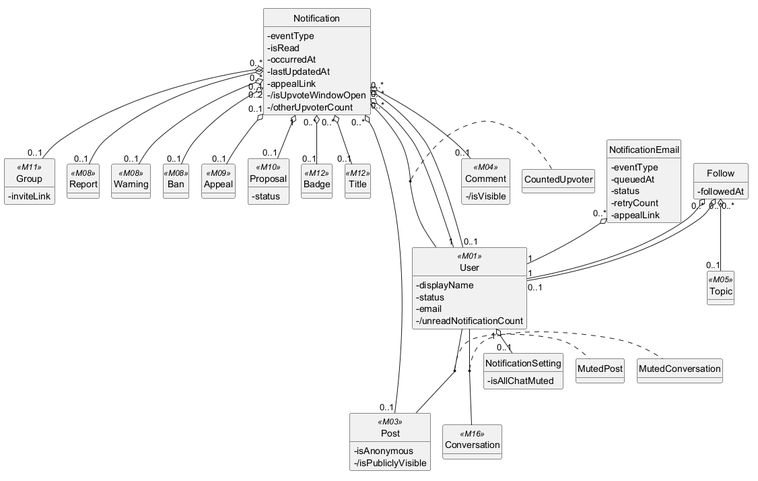
ducsiukap/iShare keeps this PlantUML diagram as .agents/.claude/system_analysis/output/data-model/ec/diagrams/EC-M07.png. Above is the earlier version. Source of this version:
```plantuml
@startuml
!pragma layout smetana
hide circle
hide methods
skinparam classAttributeIconSize 0

class Notification {
  -eventType
  -isRead
  -occurredAt
  -lastUpdatedAt
  -appealLink
  -/isUpvoteWindowOpen
  -/otherUpvoterCount
}
class Follow {
  -followedAt
}
class NotificationEmail {
  -eventType
  -queuedAt
  -status
  -retryCount
  -appealLink
}
class NotificationSetting {
  -isAllChatMuted
}
class CountedUpvoter {
}
class MutedPost {
}
class MutedConversation {
}
class User <<M01>> {
  -displayName
  -status
  -email
  -/unreadNotificationCount
}
class Topic <<M05>> {
}
class Post <<M03>> {
  -isAnonymous
  -/isPubliclyVisible
}
class Comment <<M04>> {
  -/isVisible
}
class Group <<M11>> {
  -inviteLink
}
class Report <<M08>> {
}
class Warning <<M08>> {
}
class Ban <<M08>> {
}
class Appeal <<M09>> {
}
class Proposal <<M10>> {
  -status
}
class Badge <<M12>> {
}
class Title <<M12>> {
}
class Conversation <<M16>> {
}

(Notification, User) .. CountedUpvoter
(User, Post) .. MutedPost
(User, Conversation) .. MutedConversation
Notification "0..*" o-- "1" User
Notification "0..*" o-- "0..1" User
Notification "0..*" o-- "0..1" Post
Notification "0..*" o-- "0..1" Comment
Notification "0..*" o-- "0..1" Group
Notification "0..*" o-- "0..1" Report
Notification "0..1" o-- "0..1" Warning
Notification "0..2" o-- "0..1" Ban
Notification "0..1" o-- "0..1" Appeal
Notification "1" o-- "0..1" Proposal
Notification "0..*" o-- "0..1" Badge
Notification "0..*" o-- "0..1" Title
Follow "0..*" o-- "1" User
Follow "0..*" o-- "0..1" User
Follow "0..*" o-- "0..1" Topic
NotificationEmail "0..*" o-- "1" User
User "1" o-- "0..1" NotificationSetting

@enduml
```
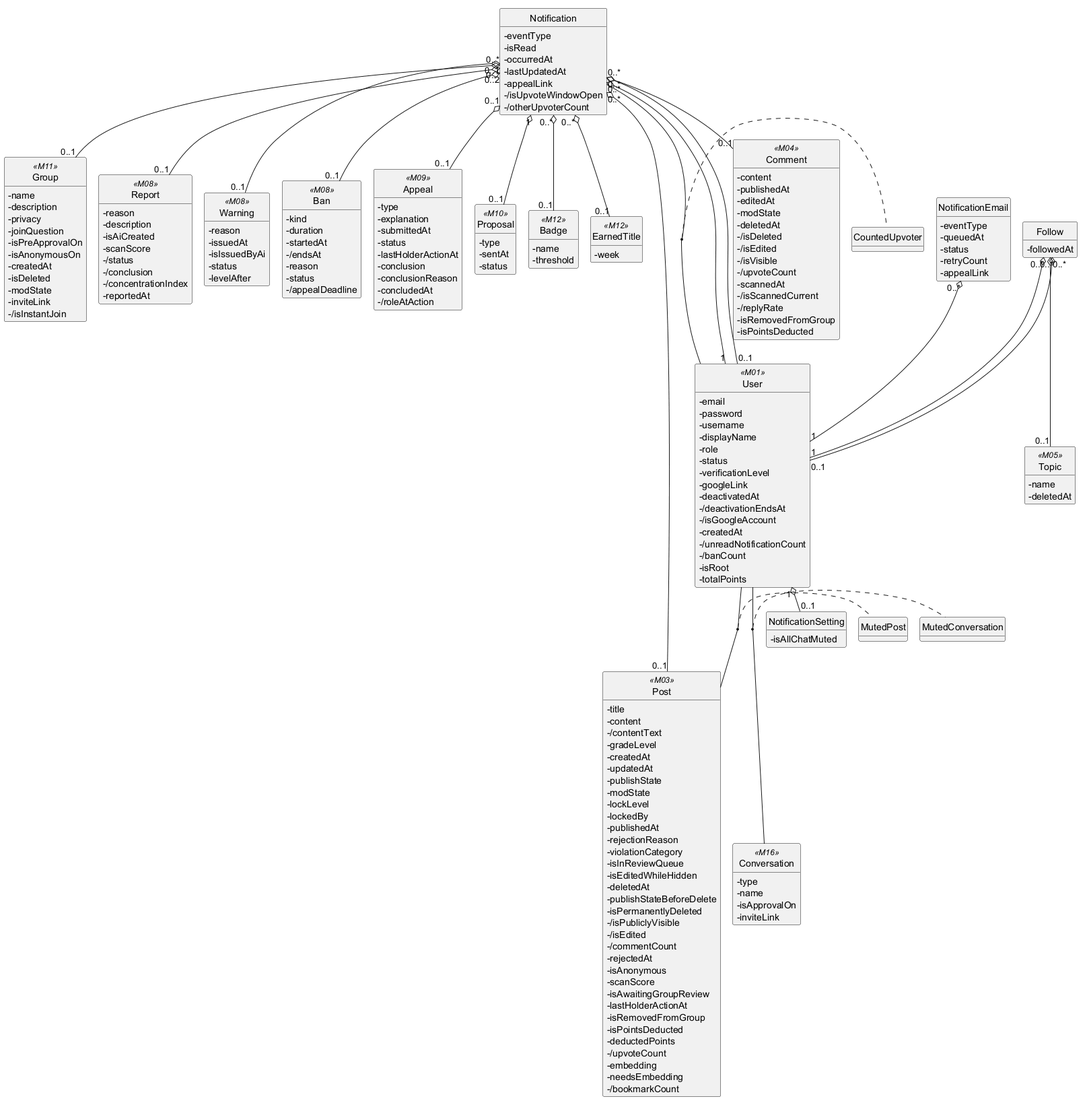
Above is the later version.

Diff of the diagram source:
```diff
@@ -33,39 +33,145 @@
 class MutedConversation {
 }
 class User <<M01>> {
+  -email
+  -password
+  -username
   -displayName
+  -role
   -status
-  -email
+  -verificationLevel
+  -googleLink
+  -deactivatedAt
+  -/deactivationEndsAt
+  -/isGoogleAccount
+  -createdAt
   -/unreadNotificationCount
+  -/banCount
+  -isRoot
+  -totalPoints
 }
 class Topic <<M05>> {
+  -name
+  -deletedAt
 }
 class Post <<M03>> {
+  -title
+  -content
+  -/contentText
+  -gradeLevel
+  -createdAt
+  -updatedAt
+  -publishState
+  -modState
+  -lockLevel
+  -lockedBy
+  -publishedAt
+  -rejectionReason
+  -violationCategory
+  -isInReviewQueue
+  -isEditedWhileHidden
+  -deletedAt
+  -publishStateBeforeDelete
+  -isPermanentlyDeleted
+  -/isPubliclyVisible
+  -/isEdited
+  -/commentCount
+  -rejectedAt
   -isAnonymous
-  -/isPubliclyVisible
+  -scanScore
+  -isAwaitingGroupReview
+  -lastHolderActionAt
+  -isRemovedFromGroup
+  -isPointsDeducted
+  -deductedPoints
+  -/upvoteCount
+  -embedding
+  -needsEmbedding
+  -/bookmarkCount
 }
 class Comment <<M04>> {
+  -content
+  -publishedAt
+  -editedAt
+  -modState
+  -deletedAt
+  -/isDeleted
+  -/isEdited
   -/isVisible
+  -/upvoteCount
+  -scannedAt
+  -/isScannedCurrent
+  -/replyRate
+  -isRemovedFromGroup
+  -isPointsDeducted
 }
 class Group <<M11>> {
+  -name
+  -description
+  -privacy
+  -joinQuestion
+  -isPreApprovalOn
+  -isAnonymousOn
+  -createdAt
+  -isDeleted
+  -modState
   -inviteLink
+  -/isInstantJoin
 }
 class Report <<M08>> {
+  -reason
+  -description
+  -isAiCreated
+  -scanScore
+  -/status
+  -/conclusion
+  -/concentrationIndex
+  -reportedAt
 }
 class Warning <<M08>> {
+  -reason
+  -issuedAt
+  -isIssuedByAi
+  -status
+  -levelAfter
 }
 class Ban <<M08>> {
+  -kind
+  -duration
+  -startedAt
+  -/endsAt
+  -reason
+  -status
+  -/appealDeadline
 }
 class Appeal <<M09>> {
+  -type
+  -explanation
+  -submittedAt
+  -status
+  -lastHolderActionAt
+  -conclusion
+  -conclusionReason
+  -concludedAt
+  -/roleAtAction
 }
 class Proposal <<M10>> {
+  -type
+  -sentAt
   -status
 }
 class Badge <<M12>> {
+  -name
+  -threshold
 }
-class Title <<M12>> {
+class EarnedTitle <<M12>> {
+  -week
 }
 class Conversation <<M16>> {
+  -type
+  -name
+  -isApprovalOn
+  -inviteLink
 }
 
 (Notification, User) .. CountedUpvoter
@@ -82,7 +188,7 @@
 Notification "0..1" o-- "0..1" Appeal
 Notification "1" o-- "0..1" Proposal
 Notification "0..*" o-- "0..1" Badge
-Notification "0..*" o-- "0..1" Title
+Notification "0..*" o-- "0..1" EarnedTitle
 Follow "0..*" o-- "1" User
 Follow "0..*" o-- "0..1" User
 Follow "0..*" o-- "0..1" Topic
```
